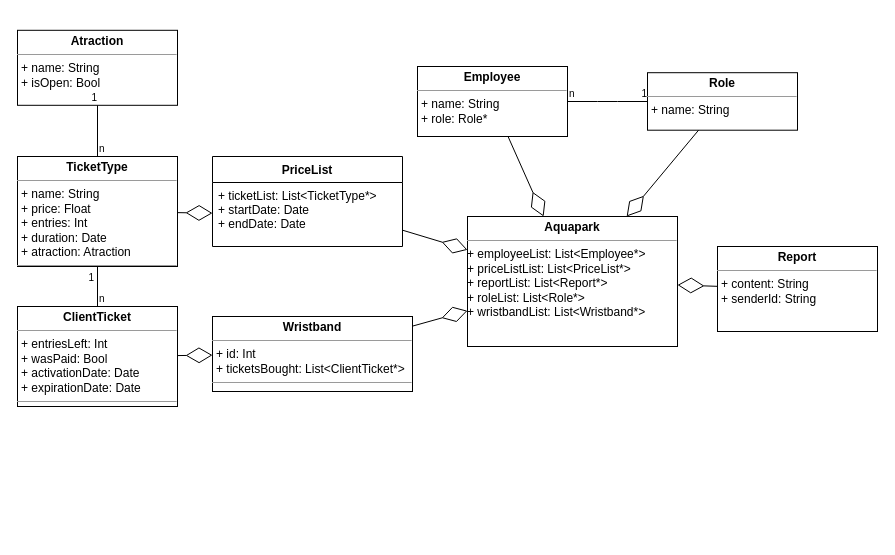
The draw.io diagram drawio/Classes.drawio in PawZawDev/AEII_2020_BD2_ZAWIERUCHA_AQUAPARK, before the edit. Source tidied: cells renumbered, new cells numbered last; positions are measured from the earlier drawing's top-left corner, leaving out a move shared by most shapes. Both pictures are drawn from the tidied source at 100%, with x=0, y=0 at pixel (17, 30).
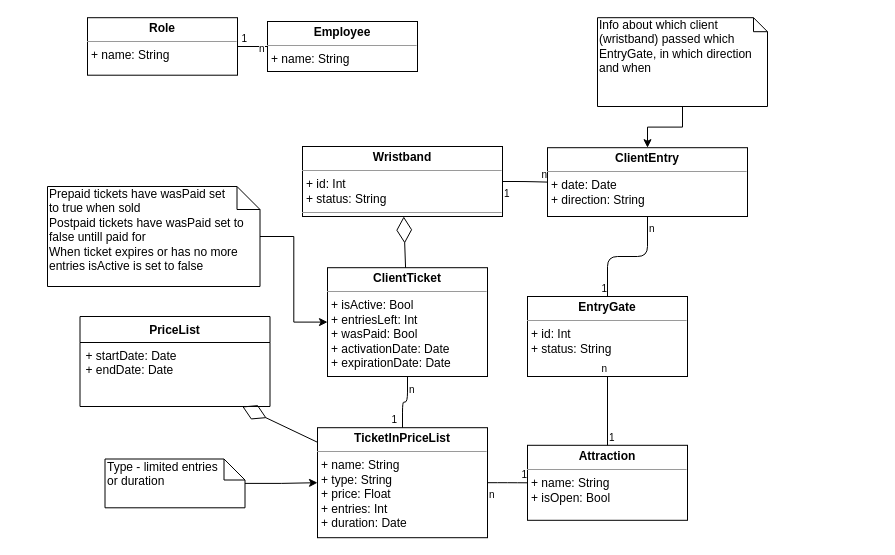
Above is the later version.

Commit message (it also covers changes not shown here):
Reworked classes

The change refers to these unchanged cells:
```xml
<mxCell id="11" style="endArrow=none;html=1;edgeStyle=orthogonalEdgeStyle;" parent="1" edge="1" source="10" target="2">
  <mxGeometry relative="1" as="geometry" />
</mxCell>
<mxCell id="14" style="endArrow=none;html=1;edgeStyle=orthogonalEdgeStyle;" parent="1" edge="1" source="9" target="10">
  <mxGeometry relative="1" as="geometry" />
</mxCell>
<mxCell id="22" style="endArrow=none;html=1;edgeStyle=orthogonalEdgeStyle;" parent="1" edge="1" source="4" target="5">
  <mxGeometry relative="1" as="geometry" />
</mxCell>
```

The edit, as a diff of the source:
```diff
@@
-    <mxCell id="2" value="&lt;p style=&quot;margin: 0px ; margin-top: 4px ; text-align: center&quot;&gt;&lt;b&gt;Atraction&lt;/b&gt;&lt;/p&gt;&lt;hr size=&quot;1&quot;&gt;&lt;p style=&quot;margin: 0px ; margin-left: 4px&quot;&gt;+ name: String&lt;/p&gt;&lt;p style=&quot;margin: 0px ; margin-left: 4px&quot;&gt;+ isOpen: Bool&lt;br&gt;&lt;/p&gt;" style="verticalAlign=top;align=left;overflow=fill;fontSize=12;fontFamily=Helvetica;html=1;" parent="1" vertex="1">
-      <mxGeometry y="-0.2" width="160" height="75" as="geometry" />
+    <mxCell id="2" value="&lt;p style=&quot;margin: 0px ; margin-top: 4px ; text-align: center&quot;&gt;&lt;b&gt;Attraction&lt;/b&gt;&lt;/p&gt;&lt;hr size=&quot;1&quot;&gt;&lt;p style=&quot;margin: 0px ; margin-left: 4px&quot;&gt;+ name: String&lt;/p&gt;&lt;p style=&quot;margin: 0px ; margin-left: 4px&quot;&gt;+ isOpen: Bool&lt;br&gt;&lt;/p&gt;" style="verticalAlign=top;align=left;overflow=fill;fontSize=12;fontFamily=Helvetica;html=1;" parent="1" vertex="1">
+      <mxGeometry x="510" y="414.8" width="160" height="75" as="geometry" />
     </mxCell>
-    <mxCell id="3" value="&lt;p style=&quot;margin: 0px ; margin-top: 4px ; text-align: center&quot;&gt;&lt;b&gt;Report&lt;/b&gt;&lt;/p&gt;&lt;hr size=&quot;1&quot;&gt;&lt;p style=&quot;margin: 0px ; margin-left: 4px&quot;&gt;+ content: String&lt;/p&gt;&lt;p style=&quot;margin: 0px ; margin-left: 4px&quot;&gt;+ senderId: String&lt;/p&gt;&lt;p style=&quot;margin: 0px ; margin-left: 4px&quot;&gt;&lt;br&gt;&lt;/p&gt;&lt;p style=&quot;margin: 0px ; margin-left: 4px&quot;&gt;&lt;br&gt;&lt;/p&gt;&lt;hr size=&quot;1&quot;&gt;" style="verticalAlign=top;align=left;overflow=fill;fontSize=12;fontFamily=Helvetica;html=1;" parent="1" vertex="1">
-      <mxGeometry x="700" y="216" width="160" height="85" as="geometry" />
-    </mxCell>
-    <mxCell id="4" value="&lt;p style=&quot;margin: 0px ; margin-top: 4px ; text-align: center&quot;&gt;&lt;b&gt;Employee&lt;/b&gt;&lt;br&gt;&lt;/p&gt;&lt;hr size=&quot;1&quot;&gt;&lt;p style=&quot;margin: 0px ; margin-left: 4px&quot;&gt;+ name: String&lt;/p&gt;&lt;p style=&quot;margin: 0px ; margin-left: 4px&quot;&gt;+ role: Role*&lt;br&gt;&lt;/p&gt;&lt;p style=&quot;margin: 0px ; margin-left: 4px&quot;&gt;&lt;br&gt;&lt;/p&gt;&lt;hr size=&quot;1&quot;&gt;" style="verticalAlign=top;align=left;overflow=fill;fontSize=12;fontFamily=Helvetica;html=1;" parent="1" vertex="1">
-      <mxGeometry x="400" y="36" width="150" height="70" as="geometry" />
+    <mxCell id="4" value="&lt;p style=&quot;margin: 0px ; margin-top: 4px ; text-align: center&quot;&gt;&lt;b&gt;Employee&lt;/b&gt;&lt;br&gt;&lt;/p&gt;&lt;hr size=&quot;1&quot;&gt;&lt;p style=&quot;margin: 0px ; margin-left: 4px&quot;&gt;+ name: String&lt;/p&gt;&lt;p style=&quot;margin: 0px ; margin-left: 4px&quot;&gt;&lt;br&gt;&lt;/p&gt;&lt;hr size=&quot;1&quot;&gt;" style="verticalAlign=top;align=left;overflow=fill;fontSize=12;fontFamily=Helvetica;html=1;" parent="1" vertex="1">
+      <mxGeometry x="250" y="-9" width="150" height="50" as="geometry" />
     </mxCell>
     <mxCell id="5" value="&lt;p style=&quot;margin: 0px ; margin-top: 4px ; text-align: center&quot;&gt;&lt;b&gt;Role&lt;/b&gt;&lt;/p&gt;&lt;hr size=&quot;1&quot;&gt;&lt;p style=&quot;margin: 0px ; margin-left: 4px&quot;&gt;+ name: String&lt;/p&gt;&lt;p style=&quot;margin: 0px ; margin-left: 4px&quot;&gt;&lt;br&gt;&lt;/p&gt;&lt;hr size=&quot;1&quot;&gt;" style="verticalAlign=top;align=left;overflow=fill;fontSize=12;fontFamily=Helvetica;html=1;" parent="1" vertex="1">
-      <mxGeometry x="630" y="42.2" width="150" height="57.5" as="geometry" />
+      <mxGeometry x="70" y="-12.8" width="150" height="57.5" as="geometry" />
     </mxCell>
-    <mxCell id="6" value="&lt;p style=&quot;margin: 0px ; margin-top: 4px ; text-align: center&quot;&gt;&lt;b&gt;Aquapark&lt;/b&gt;&lt;br&gt;&lt;/p&gt;&lt;hr size=&quot;1&quot;&gt;&lt;div&gt;+ employeeList: List&amp;lt;Employee*&amp;gt;&lt;/div&gt;&lt;div&gt;+ priceListList: List&amp;lt;PriceList*&amp;gt;&lt;br&gt;&lt;/div&gt;&lt;div&gt;+ reportList: List&amp;lt;Report*&amp;gt;&lt;/div&gt;&lt;div&gt;+ roleList: List&amp;lt;Role*&amp;gt;&lt;/div&gt;&lt;div&gt;+ wristbandList: List&amp;lt;Wristband*&amp;gt;&lt;/div&gt;&lt;div&gt;&lt;br&gt;&lt;/div&gt;&lt;div&gt;&lt;br&gt;&lt;/div&gt;&lt;div&gt;&lt;br&gt;&lt;/div&gt;&lt;p style=&quot;margin: 0px ; margin-left: 4px&quot;&gt;&lt;br&gt;&lt;/p&gt;&lt;hr size=&quot;1&quot;&gt;" style="verticalAlign=top;align=left;overflow=fill;fontSize=12;fontFamily=Helvetica;html=1;" parent="1" vertex="1">
-      <mxGeometry x="450" y="186" width="210" height="130" as="geometry" />
-    </mxCell>
@@
-    <mxCell id="8" value="&lt;p style=&quot;margin: 0px ; margin-top: 4px ; text-align: center&quot;&gt;&lt;b&gt;Wristband&lt;/b&gt;&lt;br&gt;&lt;/p&gt;&lt;hr size=&quot;1&quot;&gt;&lt;p style=&quot;margin: 0px ; margin-left: 4px&quot;&gt;+ id: Int&lt;/p&gt;&lt;p style=&quot;margin: 0px ; margin-left: 4px&quot;&gt;+ ticketsBought: List&amp;lt;ClientTicket*&amp;gt;&lt;br&gt;&lt;/p&gt;&lt;hr size=&quot;1&quot;&gt;" style="verticalAlign=top;align=left;overflow=fill;fontSize=12;fontFamily=Helvetica;html=1;" parent="1" vertex="1">
-      <mxGeometry x="195" y="286" width="200" height="75" as="geometry" />
+    <mxCell id="8" value="&lt;p style=&quot;margin: 0px ; margin-top: 4px ; text-align: center&quot;&gt;&lt;b&gt;Wristband&lt;/b&gt;&lt;br&gt;&lt;/p&gt;&lt;hr size=&quot;1&quot;&gt;&lt;p style=&quot;margin: 0px ; margin-left: 4px&quot;&gt;+ id: Int&lt;/p&gt;&lt;p style=&quot;margin: 0px ; margin-left: 4px&quot;&gt;+ status: String&lt;br&gt;&lt;/p&gt;&lt;hr size=&quot;1&quot;&gt;" style="verticalAlign=top;align=left;overflow=fill;fontSize=12;fontFamily=Helvetica;html=1;" parent="1" vertex="1">
+      <mxGeometry x="285" y="116" width="200" height="70" as="geometry" />
     </mxCell>
-    <mxCell id="9" value="&lt;p style=&quot;margin: 0px ; margin-top: 4px ; text-align: center&quot;&gt;&lt;b&gt;ClientTicket&lt;/b&gt;&lt;/p&gt;&lt;hr size=&quot;1&quot;&gt;&lt;p style=&quot;margin: 0px ; margin-left: 4px&quot;&gt;+ entriesLeft: Int&lt;br&gt;&lt;/p&gt;&lt;p style=&quot;margin: 0px ; margin-left: 4px&quot;&gt;+ wasPaid: Bool&lt;/p&gt;&lt;p style=&quot;margin: 0px ; margin-left: 4px&quot;&gt;+ activationDate: Date&lt;/p&gt;&lt;p style=&quot;margin: 0px ; margin-left: 4px&quot;&gt;+ expirationDate: Date&lt;/p&gt;&lt;hr size=&quot;1&quot;&gt;" style="verticalAlign=top;align=left;overflow=fill;fontSize=12;fontFamily=Helvetica;html=1;" parent="1" vertex="1">
-      <mxGeometry y="276" width="160" height="100" as="geometry" />
+    <mxCell id="9" value="&lt;p style=&quot;margin: 4px 0px 0px ; text-align: center&quot;&gt;&lt;b&gt;ClientTicket&lt;/b&gt;&lt;/p&gt;&lt;hr size=&quot;1&quot;&gt;&lt;p style=&quot;margin: 0px 0px 0px 4px&quot;&gt;+ isActive: Bool&lt;/p&gt;&lt;p style=&quot;margin: 0px 0px 0px 4px&quot;&gt;+ entriesLeft: Int&lt;br&gt;&lt;/p&gt;&lt;p style=&quot;margin: 0px 0px 0px 4px&quot;&gt;+ wasPaid: Bool&lt;/p&gt;&lt;p style=&quot;margin: 0px 0px 0px 4px&quot;&gt;+ activationDate: Date&lt;/p&gt;&lt;p style=&quot;margin: 0px 0px 0px 4px&quot;&gt;+ expirationDate: Date&lt;/p&gt;&lt;hr size=&quot;1&quot;&gt;" style="verticalAlign=top;align=left;overflow=fill;fontSize=12;fontFamily=Helvetica;html=1;" parent="1" vertex="1">
+      <mxGeometry x="310" y="237.2" width="160" height="108.8" as="geometry" />
     </mxCell>
-    <mxCell id="10" value="&lt;p style=&quot;margin: 0px ; margin-top: 4px ; text-align: center&quot;&gt;&lt;b&gt;TicketType&lt;/b&gt;&lt;/p&gt;&lt;hr size=&quot;1&quot;&gt;&lt;p style=&quot;margin: 0px ; margin-left: 4px&quot;&gt;+ name: String&lt;/p&gt;&lt;p style=&quot;margin: 0px ; margin-left: 4px&quot;&gt;+ price: Float&lt;/p&gt;&lt;p style=&quot;margin: 0px ; margin-left: 4px&quot;&gt;+ entries: Int&lt;/p&gt;&lt;p style=&quot;margin: 0px ; margin-left: 4px&quot;&gt;+ duration: Date&lt;/p&gt;&lt;p style=&quot;margin: 0px ; margin-left: 4px&quot;&gt;+ atraction: Atraction&lt;/p&gt;&lt;hr size=&quot;1&quot;&gt;" style="verticalAlign=top;align=left;overflow=fill;fontSize=12;fontFamily=Helvetica;html=1;" parent="1" vertex="1">
-      <mxGeometry y="126" width="160" height="110" as="geometry" />
+    <mxCell id="10" value="&lt;p style=&quot;margin: 0px ; margin-top: 4px ; text-align: center&quot;&gt;&lt;b&gt;TicketInPriceList&lt;/b&gt;&lt;/p&gt;&lt;hr size=&quot;1&quot;&gt;&lt;p style=&quot;margin: 0px ; margin-left: 4px&quot;&gt;+ name: String&lt;/p&gt;&lt;p style=&quot;margin: 0px ; margin-left: 4px&quot;&gt;+ type: String&lt;br&gt;&lt;/p&gt;&lt;p style=&quot;margin: 0px ; margin-left: 4px&quot;&gt;+ price: Float&lt;/p&gt;&lt;p style=&quot;margin: 0px ; margin-left: 4px&quot;&gt;+ entries: Int&lt;/p&gt;&lt;p style=&quot;margin: 0px ; margin-left: 4px&quot;&gt;+ duration: Date&lt;br&gt;&lt;/p&gt;&lt;p style=&quot;margin: 0px ; margin-left: 4px&quot;&gt;&lt;br&gt;&lt;/p&gt;&lt;hr size=&quot;1&quot;&gt;" style="verticalAlign=top;align=left;overflow=fill;fontSize=12;fontFamily=Helvetica;html=1;" parent="1" vertex="1">
+      <mxGeometry x="300" y="397.2" width="170" height="110" as="geometry" />
     </mxCell>
@@
     <mxCell id="12" value="n" style="html=1;align=left;verticalAlign=bottom;labelBackgroundColor=#ffffff;fontSize=10;" parent="11" vertex="1">
-      <mxGeometry x="-1" relative="1" as="geometry" />
+      <mxGeometry x="-1" relative="1" as="geometry">
+        <mxPoint y="20" as="offset" />
+      </mxGeometry>
     </mxCell>
@@
     <mxCell id="15" value="n" style="html=1;align=left;verticalAlign=bottom;labelBackgroundColor=#ffffff;fontSize=10;" parent="14" vertex="1">
-      <mxGeometry x="-1" relative="1" as="geometry" />
+      <mxGeometry x="-1" relative="1" as="geometry">
+        <mxPoint y="21.2" as="offset" />
+      </mxGeometry>
     </mxCell>
     <mxCell id="16" value="1" style="html=1;align=right;verticalAlign=bottom;labelBackgroundColor=#ffffff;fontSize=10;" parent="14" vertex="1">
       <mxGeometry x="1" relative="1" as="geometry">
-        <mxPoint x="-3.1" y="18.9" as="offset" />
+        <mxPoint x="-5" y="-0.4" as="offset" />
       </mxGeometry>
     </mxCell>
@@
-    <mxCell id="18" style="endArrow=diamondThin;endFill=0;endSize=24;html=1;" parent="1" edge="1" source="4" target="6">
-      <mxGeometry relative="1" as="geometry" />
-    </mxCell>
-    <mxCell id="19" style="endArrow=diamondThin;endFill=0;endSize=24;html=1;" parent="1" edge="1" source="5" target="6">
-      <mxGeometry relative="1" as="geometry" />
-    </mxCell>
-    <mxCell id="20" style="endArrow=diamondThin;endFill=0;endSize=24;html=1;" parent="1" edge="1" source="3" target="6">
-      <mxGeometry relative="1" as="geometry" />
-    </mxCell>
-    <mxCell id="21" style="endArrow=diamondThin;endFill=0;endSize=24;html=1;" parent="1" edge="1" source="8" target="6">
-      <mxGeometry relative="1" as="geometry" />
-    </mxCell>
@@
     <mxCell id="23" value="n" style="html=1;align=left;verticalAlign=bottom;labelBackgroundColor=#ffffff;fontSize=10;" parent="22" vertex="1">
-      <mxGeometry x="-1" relative="1" as="geometry" />
+      <mxGeometry x="-1" relative="1" as="geometry">
+        <mxPoint x="-10" y="10" as="offset" />
+      </mxGeometry>
     </mxCell>
     <mxCell id="24" value="1" style="html=1;align=right;verticalAlign=bottom;labelBackgroundColor=#ffffff;fontSize=10;" parent="22" vertex="1">
-      <mxGeometry x="1" relative="1" as="geometry" />
+      <mxGeometry x="1" relative="1" as="geometry">
+        <mxPoint x="10.2" as="offset" />
+      </mxGeometry>
     </mxCell>
-    <mxCell id="25" style="endArrow=diamondThin;endFill=0;endSize=24;html=1;" parent="1" edge="1" source="26" target="6">
-      <mxGeometry relative="1" as="geometry" />
-    </mxCell>
+    <mxCell id="29" value="&lt;p style=&quot;margin: 0px ; margin-top: 4px ; text-align: center&quot;&gt;&lt;b&gt;EntryGate&lt;/b&gt;&lt;/p&gt;&lt;hr size=&quot;1&quot;&gt;&lt;p style=&quot;margin: 0px ; margin-left: 4px&quot;&gt;+ id: Int&lt;/p&gt;&lt;p style=&quot;margin: 0px ; margin-left: 4px&quot;&gt;+ status: String&lt;/p&gt;" style="verticalAlign=top;align=left;overflow=fill;fontSize=12;fontFamily=Helvetica;html=1;" parent="1" vertex="1">
+      <mxGeometry x="510" y="266" width="160" height="80" as="geometry" />
+    </mxCell>
+    <mxCell id="30" style="endArrow=none;html=1;edgeStyle=orthogonalEdgeStyle;" parent="1" edge="1" source="2" target="29">
+      <mxGeometry relative="1" as="geometry" />
+    </mxCell>
+    <mxCell id="31" value="1" style="html=1;align=left;verticalAlign=bottom;labelBackgroundColor=#ffffff;fontSize=10;" parent="30" vertex="1">
+      <mxGeometry x="-1" relative="1" as="geometry" />
+    </mxCell>
+    <mxCell id="32" value="&lt;div&gt;n&lt;/div&gt;" style="html=1;align=right;verticalAlign=bottom;labelBackgroundColor=#ffffff;fontSize=10;" parent="30" vertex="1">
+      <mxGeometry x="1" relative="1" as="geometry" />
+    </mxCell>
+    <mxCell id="33" style="endArrow=none;html=1;edgeStyle=orthogonalEdgeStyle;" parent="1" edge="1" source="39" target="29">
+      <mxGeometry relative="1" as="geometry" />
+    </mxCell>
+    <mxCell id="34" value="n" style="html=1;align=left;verticalAlign=bottom;labelBackgroundColor=#ffffff;fontSize=10;" parent="33" vertex="1">
+      <mxGeometry x="-1" relative="1" as="geometry">
+        <mxPoint y="20" as="offset" />
+      </mxGeometry>
+    </mxCell>
+    <mxCell id="35" value="1" style="html=1;align=right;verticalAlign=bottom;labelBackgroundColor=#ffffff;fontSize=10;" parent="33" vertex="1">
+      <mxGeometry x="1" relative="1" as="geometry" />
+    </mxCell>
+    <mxCell id="36" style="endArrow=none;html=1;edgeStyle=orthogonalEdgeStyle;" parent="1" edge="1" source="8" target="39">
+      <mxGeometry relative="1" as="geometry" />
+    </mxCell>
+    <mxCell id="37" value="1" style="html=1;align=left;verticalAlign=bottom;labelBackgroundColor=#ffffff;fontSize=10;" parent="36" vertex="1">
+      <mxGeometry x="-1" relative="1" as="geometry">
+        <mxPoint y="20" as="offset" />
+      </mxGeometry>
+    </mxCell>
+    <mxCell id="38" value="n" style="html=1;align=right;verticalAlign=bottom;labelBackgroundColor=#ffffff;fontSize=10;" parent="36" vertex="1">
+      <mxGeometry x="1" relative="1" as="geometry" />
+    </mxCell>
+    <mxCell id="39" value="&lt;p style=&quot;margin: 4px 0px 0px ; text-align: center&quot;&gt;&lt;b&gt;ClientEntry&lt;/b&gt;&lt;br&gt;&lt;/p&gt;&lt;hr size=&quot;1&quot;&gt;&lt;p style=&quot;margin: 0px 0px 0px 4px&quot;&gt;+ date: Date&lt;/p&gt;&lt;p style=&quot;margin: 0px 0px 0px 4px&quot;&gt;+ direction: String&lt;/p&gt;&lt;p style=&quot;margin: 0px 0px 0px 4px&quot;&gt;&lt;br&gt;&lt;/p&gt;&lt;hr size=&quot;1&quot;&gt;" style="verticalAlign=top;align=left;overflow=fill;fontSize=12;fontFamily=Helvetica;html=1;" parent="1" vertex="1">
+      <mxGeometry x="530" y="117.2" width="200" height="68.8" as="geometry" />
+    </mxCell>
+    <mxCell id="40" style="edgeStyle=orthogonalEdgeStyle;rounded=0;jettySize=auto;html=1;" parent="1" edge="1" source="41" target="39">
+      <mxGeometry relative="1" as="geometry" />
+    </mxCell>
+    <mxCell id="41" value="Info about which client (wristband) passed which EntryGate, in which direction and when" style="shape=note;whiteSpace=wrap;html=1;size=14;verticalAlign=top;align=left;spacingTop=-6;" parent="1" vertex="1">
+      <mxGeometry x="580" y="-12.8" width="170" height="88.8" as="geometry" />
+    </mxCell>
+    <mxCell id="42" style="edgeStyle=orthogonalEdgeStyle;rounded=0;jettySize=auto;html=1;" parent="1" edge="1" source="43" target="10">
+      <mxGeometry relative="1" as="geometry" />
+    </mxCell>
+    <mxCell id="43" value="&lt;div&gt;Type - limited entries&lt;br&gt; or duration&lt;/div&gt;&lt;div&gt;&lt;br&gt;&lt;/div&gt;" style="shape=note;whiteSpace=wrap;html=1;size=21;verticalAlign=top;align=left;spacingTop=-6;" parent="1" vertex="1">
+      <mxGeometry x="87.5" y="428.5" width="140" height="48.8" as="geometry" />
+    </mxCell>
+    <mxCell id="44" style="edgeStyle=orthogonalEdgeStyle;rounded=0;jettySize=auto;html=1;" parent="1" edge="1" source="45" target="9">
+      <mxGeometry relative="1" as="geometry" />
+    </mxCell>
+    <mxCell id="45" value="&lt;div&gt;Prepaid tickets have wasPaid set &lt;br&gt;to true when sold&lt;/div&gt;&lt;div&gt;Postpaid tickets have wasPaid set to false untill paid for&lt;/div&gt;&lt;div&gt;When ticket expires or has no more entries isActive is set to false&lt;br&gt;&lt;/div&gt;" style="shape=note;whiteSpace=wrap;html=1;size=23;verticalAlign=top;align=left;spacingTop=-6;" parent="1" vertex="1">
+      <mxGeometry x="30" y="156" width="212.5" height="100" as="geometry" />
+    </mxCell>
     <mxCell id="26" value="PriceList" style="swimlane;fontStyle=1;align=center;verticalAlign=top;horizontal=1;startSize=26;" parent="1" vertex="1">
-      <mxGeometry x="195" y="126" width="190" height="90" as="geometry" />
+      <mxGeometry x="62.5" y="286" width="190" height="90" as="geometry" />
     </mxCell>
-    <mxCell id="27" value="+ ticketList: List&lt;TicketType*&gt;&#10;+ startDate: Date&#10;+ endDate: Date&#10;&#10;&#10;&#10;&#10;" style="text;strokeColor=none;fillColor=none;align=left;verticalAlign=top;spacingLeft=4;spacingRight=4;overflow=hidden;points=[[0,0.5],[1,0.5]];portConstraint=eastwest;" parent="26" vertex="1">
+    <mxCell id="27" value="+ startDate: Date&#10;+ endDate: Date&#10;&#10;&#10;&#10;&#10;" style="text;strokeColor=none;fillColor=none;align=left;verticalAlign=top;spacingLeft=4;spacingRight=4;overflow=hidden;points=[[0,0.5],[1,0.5]];portConstraint=eastwest;" parent="26" vertex="1">
       <mxGeometry y="26" width="190" height="64" as="geometry" />
     </mxCell>
```
